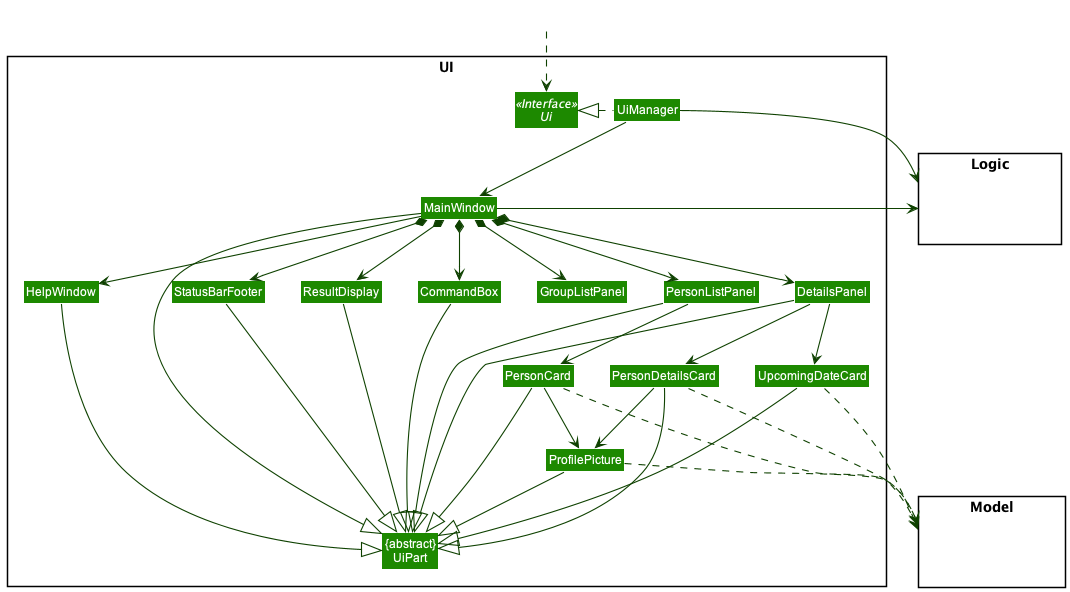
Above: docs/images/UiClassDiagram.png in nus-cs2103-AY2021S2/tp (PlantUML), before the change.
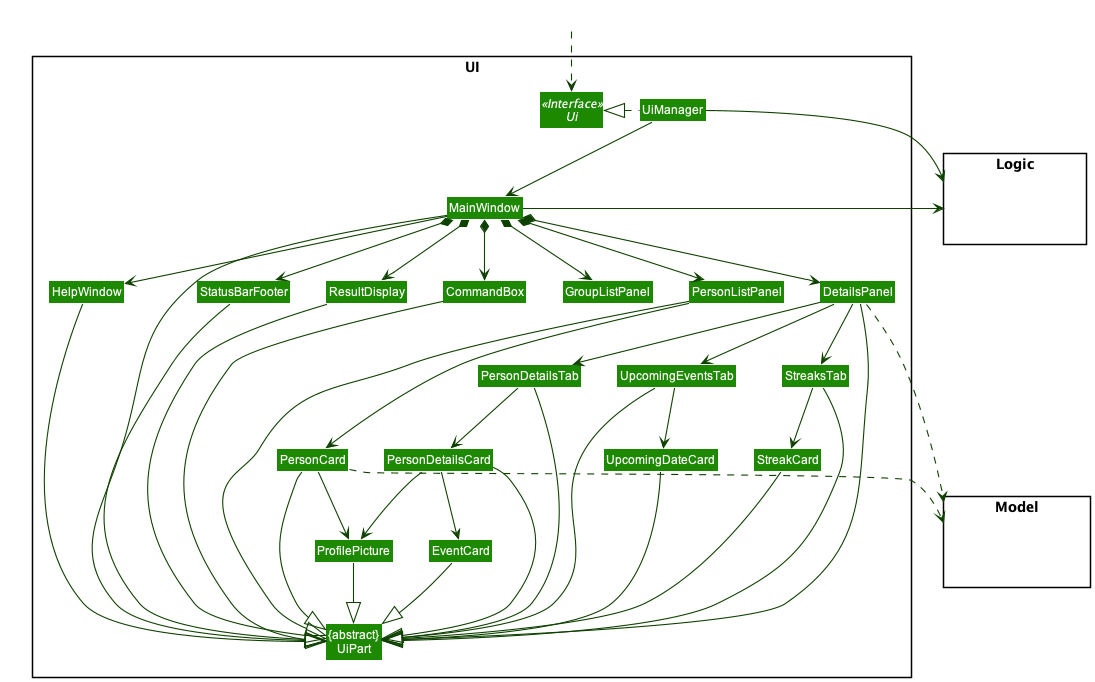
After the change.

Commit message:
Update Ui class diagram

Diff of the diagram source:
```diff
@@ -15,11 +15,16 @@
 Class PersonCard
 Class StatusBarFooter
 Class CommandBox
+class ProfilePicture
+class GroupListPanel
 class DetailsPanel
+class PersonDetailsTab
+class UpcomingEventsTab
+class StreaksTab
 class PersonDetailsCard
 class UpcomingDateCard
-class ProfilePicture
-class GroupListPanel
+class EventCard
+class StreakCard
 }
 
 package Model <<Rectangle>> {
@@ -46,9 +51,14 @@
 PersonListPanel -down-> PersonCard
 PersonCard -down-> ProfilePicture
 
-DetailsPanel -down-> UpcomingDateCard
-DetailsPanel -down-> PersonDetailsCard
+DetailsPanel -down-> PersonDetailsTab
+DetailsPanel -down-> UpcomingEventsTab
+DetailsPanel -down-> StreaksTab
+PersonDetailsTab -down-> PersonDetailsCard
 PersonDetailsCard -down-> ProfilePicture
+PersonDetailsCard -down-> EventCard
+UpcomingEventsTab -down-> UpcomingDateCard
+StreaksTab -down-> StreakCard
 
 MainWindow -left-|> UiPart
 
@@ -59,14 +69,17 @@
 StatusBarFooter --|> UiPart
 HelpWindow -down-|> UiPart
 DetailsPanel --|> UiPart
-UpcomingDateCard --|> UiPart
 PersonDetailsCard --|> UiPart
 ProfilePicture --|> UiPart
+PersonDetailsTab --|> UiPart
+UpcomingEventsTab --|> UiPart
+StreaksTab --|> UiPart
+EventCard --|> UiPart
+StreakCard --|> UiPart
+UpcomingDateCard --|> UiPart
 
 PersonCard ..> Model
-PersonDetailsCard ..> Model
-UpcomingDateCard ..> Model
-ProfilePicture ..> Model
+DetailsPanel ..> Model
 UiManager -right-> Logic
 MainWindow -left-> Logic
 
@@ -77,8 +90,12 @@
 CommandBox -[hidden]left- ResultDisplay
 ResultDisplay -[hidden]left- StatusBarFooter
 
+StreaksTab -[hidden]left- UpcomingEventsTab
+UpcomingEventsTab -[hidden]left- PersonDetailsTab
+
 PersonDetailsCard -[hidden]left- PersonCard
 UpcomingDateCard -[hidden]left- PersonDetailsCard
+StreakCard -[hidden]left- UpcomingDateCard
 
 MainWindow -[hidden]-|> UiPart
 @enduml
```
